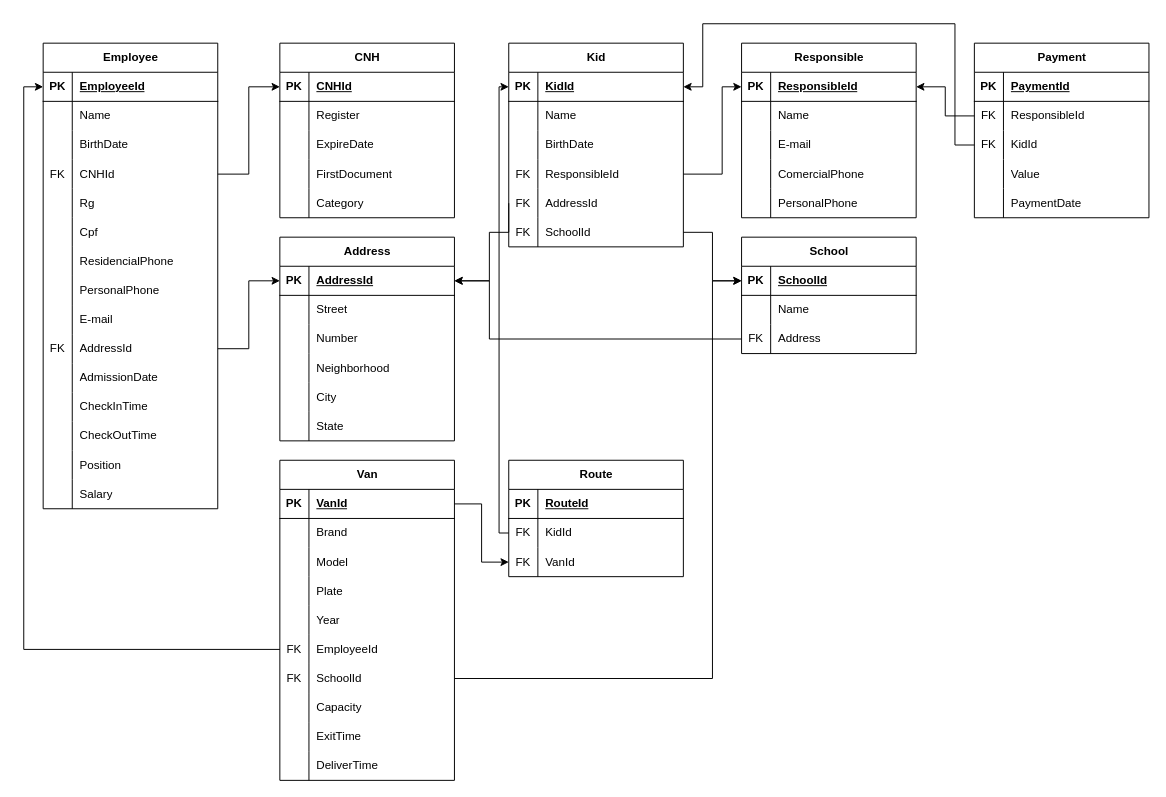
The draw.io diagram Diagrama.drawio in JoaoP3dro-git/SchoolBus-Management, before the edit. Source tidied: cells renumbered, new cells numbered last; positions are measured from the earlier drawing's top-left corner, leaving out a move shared by most shapes. Both pictures are drawn from the tidied source at 97%, with x=0, y=0 at pixel (43, 23).
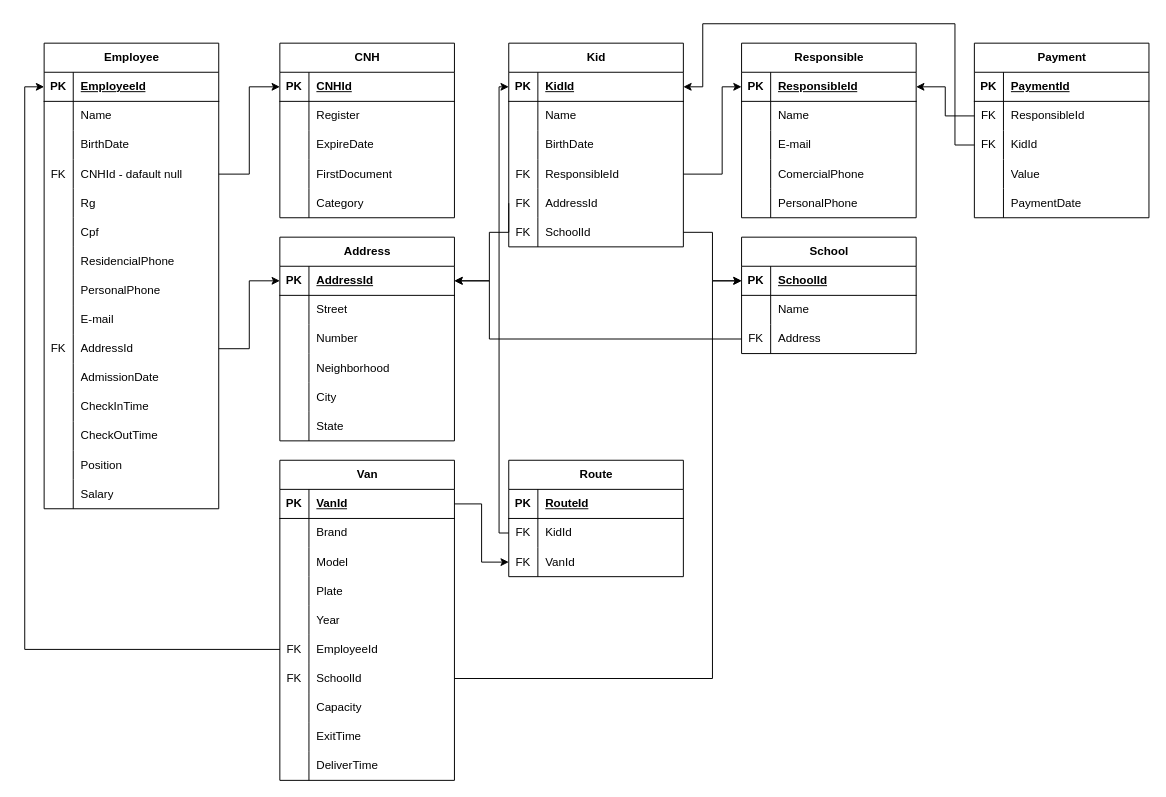
After the change.

The change refers to these unchanged cells:
```xml
<mxCell id="12" style="shape=tableRow;horizontal=0;startSize=0;swimlaneHead=0;swimlaneBody=0;fillColor=none;points=[[0,0.5],[1,0.5]];portConstraint=eastwest;top=0;left=0;right=0;bottom=0;" parent="2" vertex="1">
  <mxGeometry y="120" width="180" height="30" as="geometry" />
</mxCell>
```

Diff of the diagram source:
```diff
@@
     <mxCell id="2" value="Employee" style="shape=table;startSize=30;childLayout=tableLayout;rowLines=0;fontStyle=1;align=center;html=1;" parent="1" vertex="1">
-      <mxGeometry y="20" width="180" height="480" as="geometry" />
+      <mxGeometry x="1" y="20" width="180" height="480" as="geometry" />
     </mxCell>
@@
-    <mxCell id="14" value="CNHId" style="shape=partialRectangle;fillColor=none;top=0;left=0;bottom=0;right=0;align=left;spacingLeft=6;overflow=hidden;whiteSpace=wrap;html=1;" parent="12" vertex="1">
+    <mxCell id="14" value="CNHId - dafault null" style="shape=partialRectangle;fillColor=none;top=0;left=0;bottom=0;right=0;align=left;spacingLeft=6;overflow=hidden;whiteSpace=wrap;html=1;" parent="12" vertex="1">
       <mxGeometry x="30" width="150" height="30" as="geometry" />
     </mxCell>
```
